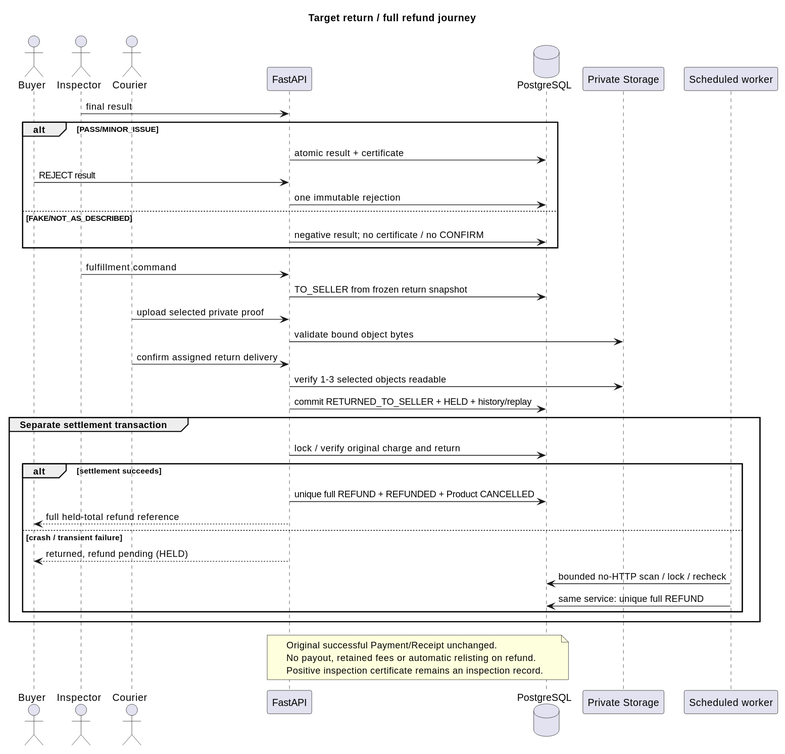
The PlantUML diagram doc/submission-2026-10-08/diagrams/rendered/return-sequence.svg in naithammarak/secondhand-marketplace-android-app, before a commit. The source it was exported from:
```plantuml
@startuml
title Target return / full refund journey
skinparam defaultFontName SansSerif
skinparam backgroundColor #FFFFFF
skinparam shadowing false
actor Buyer
actor Inspector
actor Courier
participant FastAPI as API
database PostgreSQL as DB
participant "Private Storage" as Storage
participant "Scheduled worker" as Worker

Inspector -> API : final result
alt PASS/MINOR_ISSUE
  API -> DB : atomic result + certificate
  Buyer -> API : REJECT result
  API -> DB : one immutable rejection
else FAKE/NOT_AS_DESCRIBED
  API -> DB : negative result; no certificate / no CONFIRM
end
Inspector -> API : fulfillment command
API -> DB : TO_SELLER from frozen return snapshot
Courier -> API : upload selected private proof
API -> Storage : validate bound object bytes
Courier -> API : confirm assigned return delivery
API -> Storage : verify 1-3 selected objects readable
API -> DB : commit RETURNED_TO_SELLER + HELD + history/replay
group Separate settlement transaction
  API -> DB : lock / verify original charge and return
  alt settlement succeeds
    API -> DB : unique full REFUND + REFUNDED + Product CANCELLED
    API --> Buyer : full held-total refund reference
  else crash / transient failure
    API --> Buyer : returned, refund pending (HELD)
    Worker -> DB : bounded no-HTTP scan / lock / recheck
    Worker -> DB : same service: unique full REFUND
  end
end
note over API,DB
  Original successful Payment/Receipt unchanged.
  No payout, retained fees or automatic relisting on refund.
  Positive inspection certificate remains an inspection record.
end note
@enduml
```
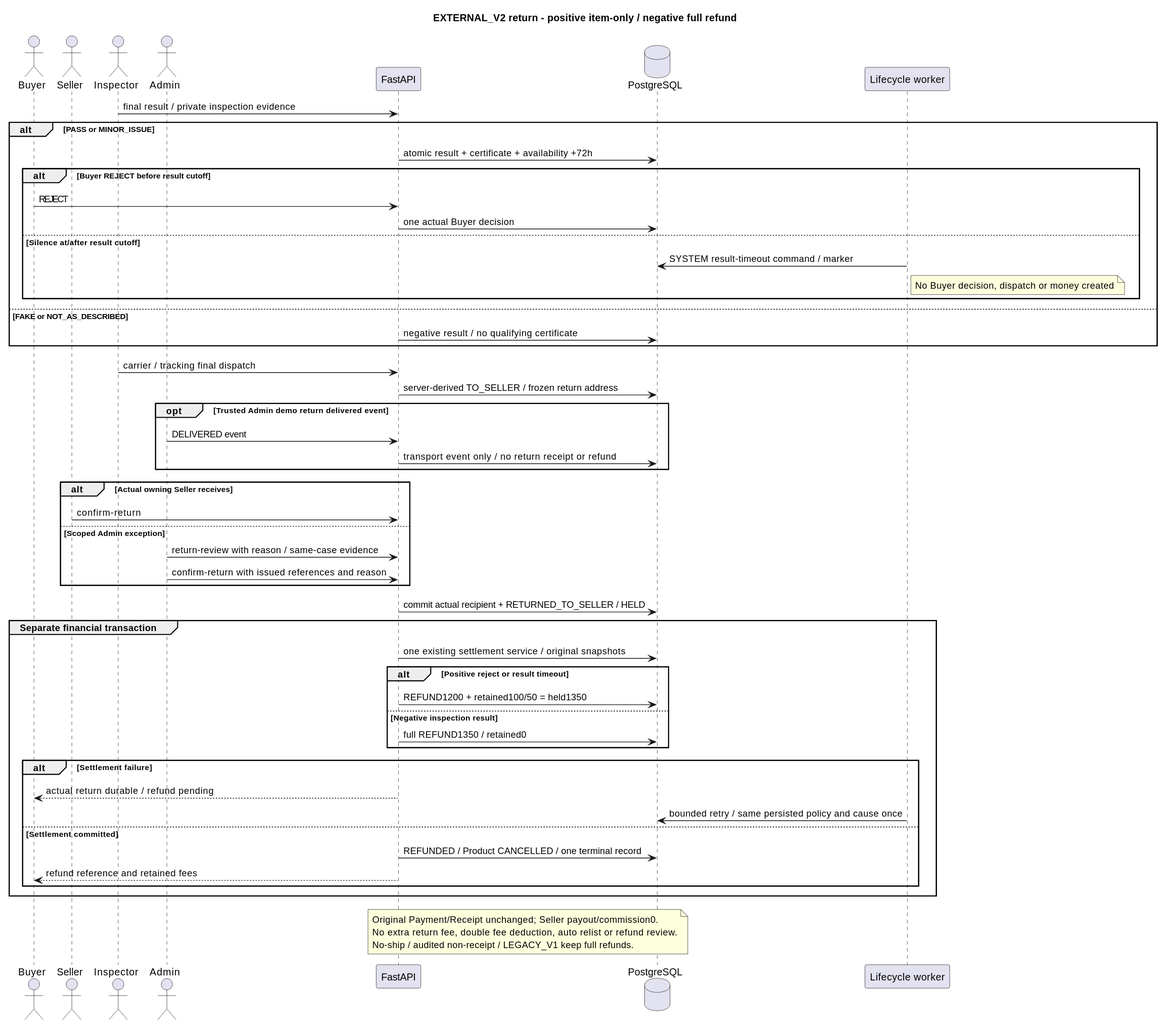
After the commit.

What changed in the source:
```diff
@@ -1,45 +1,59 @@
 @startuml
-title Target return / full refund journey
+title EXTERNAL_V2 return - positive item-only / negative full refund
 skinparam defaultFontName SansSerif
 skinparam backgroundColor #FFFFFF
 skinparam shadowing false
 actor Buyer
+actor Seller
 actor Inspector
-actor Courier
+actor Admin
 participant FastAPI as API
 database PostgreSQL as DB
-participant "Private Storage" as Storage
-participant "Scheduled worker" as Worker
-
-Inspector -> API : final result
-alt PASS/MINOR_ISSUE
-  API -> DB : atomic result + certificate
-  Buyer -> API : REJECT result
-  API -> DB : one immutable rejection
-else FAKE/NOT_AS_DESCRIBED
-  API -> DB : negative result; no certificate / no CONFIRM
+participant "Lifecycle worker" as Worker
+Inspector -> API : final result / private inspection evidence
+alt PASS or MINOR_ISSUE
+  API -> DB : atomic result + certificate + availability +72h
+  alt Buyer REJECT before result cutoff
+    Buyer -> API : REJECT
+    API -> DB : one actual Buyer decision
+  else Silence at/after result cutoff
+    Worker -> DB : SYSTEM result-timeout command / marker
+    note right of Worker : No Buyer decision, dispatch or money created
+  end
+else FAKE or NOT_AS_DESCRIBED
+  API -> DB : negative result / no qualifying certificate
 end
-Inspector -> API : fulfillment command
-API -> DB : TO_SELLER from frozen return snapshot
-Courier -> API : upload selected private proof
-API -> Storage : validate bound object bytes
-Courier -> API : confirm assigned return delivery
-API -> Storage : verify 1-3 selected objects readable
-API -> DB : commit RETURNED_TO_SELLER + HELD + history/replay
-group Separate settlement transaction
-  API -> DB : lock / verify original charge and return
-  alt settlement succeeds
-    API -> DB : unique full REFUND + REFUNDED + Product CANCELLED
-    API --> Buyer : full held-total refund reference
-  else crash / transient failure
-    API --> Buyer : returned, refund pending (HELD)
-    Worker -> DB : bounded no-HTTP scan / lock / recheck
-    Worker -> DB : same service: unique full REFUND
+Inspector -> API : carrier / tracking final dispatch
+API -> DB : server-derived TO_SELLER / frozen return address
+opt Trusted Admin demo return delivered event
+  Admin -> API : DELIVERED event
+  API -> DB : transport event only / no return receipt or refund
+end
+alt Actual owning Seller receives
+  Seller -> API : confirm-return
+else Scoped Admin exception
+  Admin -> API : return-review with reason / same-case evidence
+  Admin -> API : confirm-return with issued references and reason
+end
+API -> DB : commit actual recipient + RETURNED_TO_SELLER / HELD
+ group Separate financial transaction
+  API -> DB : one existing settlement service / original snapshots
+  alt Positive reject or result timeout
+    API -> DB : REFUND1200 + retained100/50 = held1350
+  else Negative inspection result
+    API -> DB : full REFUND1350 / retained0
   end
-end
+  alt Settlement failure
+    API --> Buyer : actual return durable / refund pending
+    Worker -> DB : bounded retry / same persisted policy and cause once
+  else Settlement committed
+    API -> DB : REFUNDED / Product CANCELLED / one terminal record
+    API --> Buyer : refund reference and retained fees
+  end
+ end
 note over API,DB
-  Original successful Payment/Receipt unchanged.
-  No payout, retained fees or automatic relisting on refund.
-  Positive inspection certificate remains an inspection record.
+  Original Payment/Receipt unchanged; Seller payout/commission0.
+  No extra return fee, double fee deduction, auto relist or refund review.
+  No-ship / audited non-receipt / LEGACY_V1 keep full refunds.
 end note
 @enduml
```
